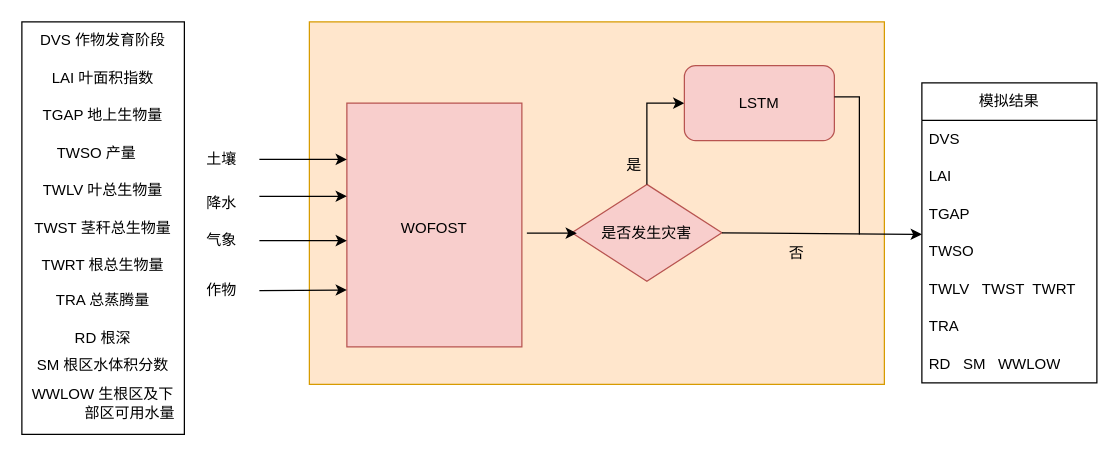
The draw.io diagram 毕设-后端算法框架.drawio in Kakoyi945/cloud, before the edit. Source tidied: cells renumbered, new cells numbered last; positions are measured from the earlier drawing's top-left corner, leaving out a move shared by most shapes. Both pictures are drawn from the tidied source at 125%, with x=0, y=0 at pixel (21, 21).
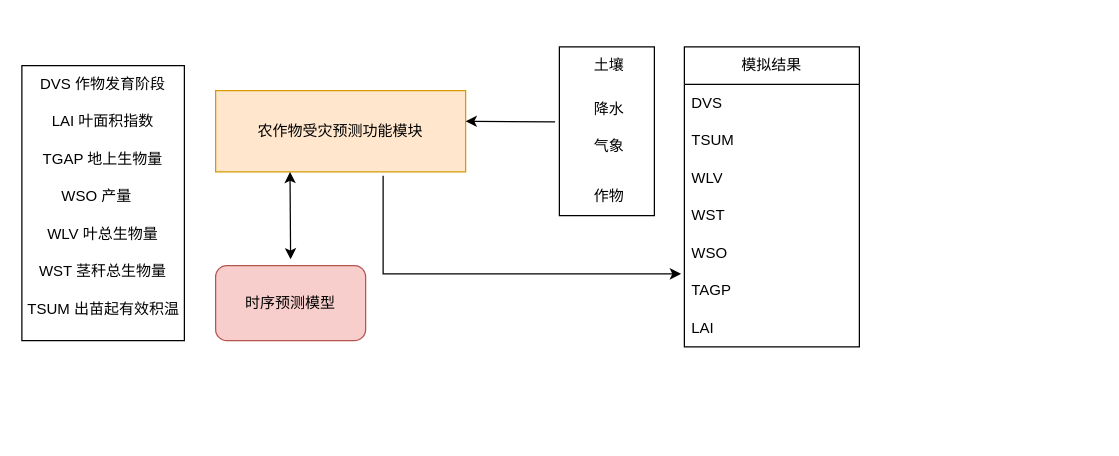
The same diagram, later.

Commit message:
更新毕设-后端算法框架.drawio

Change to the diagram source:
```diff
@@
+    <mxCell id="41" style="rounded=0;whiteSpace=wrap;html=1;" parent="1" vertex="1">
+      <mxGeometry x="430" y="20" width="76" height="135" as="geometry" />
+    </mxCell>
+    <mxCell id="42" style="edgeStyle=orthogonalEdgeStyle;rounded=0;jettySize=auto;html=1;exitX=0.67;exitY=1.049;exitDx=0;exitDy=0;entryX=-0.019;entryY=0.053;entryDx=0;entryDy=0;exitPerimeter=0;entryPerimeter=0;" parent="1" edge="1" source="2" target="38">
+      <mxGeometry relative="1" as="geometry" />
+    </mxCell>
     <mxCell id="2" style="rounded=0;whiteSpace=wrap;html=1;fillColor=#ffe6cc;strokeColor=#d79b00;" parent="1" vertex="1">
-      <mxGeometry x="230" width="460" height="290" as="geometry" />
+      <mxGeometry x="155" y="55" width="200" height="65" as="geometry" />
     </mxCell>
-    <mxCell id="3" style="rounded=0;whiteSpace=wrap;html=1;fillColor=#f8cecc;strokeColor=#b85450;" parent="1" vertex="1">
-      <mxGeometry x="260" y="65" width="140" height="195" as="geometry" />
-    </mxCell>
-    <mxCell id="4" value="是否发生灾害" style="rhombus;whiteSpace=wrap;html=1;fillColor=#f8cecc;strokeColor=#b85450;" parent="1" vertex="1">
-      <mxGeometry x="440" y="130" width="120" height="77.5" as="geometry" />
-    </mxCell>
-    <mxCell id="5" style="endArrow=classic;html=1;rounded=0;" parent="1" edge="1">
-      <mxGeometry relative="1" as="geometry">
-        <mxPoint x="190" y="110" as="sourcePoint" />
-        <mxPoint x="260" y="110" as="targetPoint" />
-      </mxGeometry>
-    </mxCell>
-    <mxCell id="6" style="endArrow=classic;html=1;rounded=0;" parent="1" edge="1">
-      <mxGeometry relative="1" as="geometry">
-        <mxPoint x="190" y="215" as="sourcePoint" />
-        <mxPoint x="260" y="214.5" as="targetPoint" />
-      </mxGeometry>
-    </mxCell>
-    <mxCell id="7" style="endArrow=classic;html=1;rounded=0;" parent="1" edge="1">
-      <mxGeometry relative="1" as="geometry">
-        <mxPoint x="190" y="175" as="sourcePoint" />
-        <mxPoint x="260" y="175" as="targetPoint" />
-      </mxGeometry>
-    </mxCell>
-    <mxCell id="8" style="endArrow=classic;html=1;rounded=0;" parent="1" edge="1">
-      <mxGeometry relative="1" as="geometry">
-        <mxPoint x="190" y="139.5" as="sourcePoint" />
-        <mxPoint x="260" y="139.5" as="targetPoint" />
-      </mxGeometry>
-    </mxCell>
     <mxCell id="9" value="土壤" style="text;html=1;strokeColor=none;fillColor=none;align=center;verticalAlign=middle;whiteSpace=wrap;rounded=0;" parent="1" vertex="1">
-      <mxGeometry x="130" y="95" width="60" height="30" as="geometry" />
+      <mxGeometry x="440" y="20" width="60" height="30" as="geometry" />
     </mxCell>
     <mxCell id="10" value="降水" style="text;html=1;strokeColor=none;fillColor=none;align=center;verticalAlign=middle;whiteSpace=wrap;rounded=0;" parent="1" vertex="1">
-      <mxGeometry x="130" y="130" width="60" height="30" as="geometry" />
+      <mxGeometry x="440" y="55" width="60" height="30" as="geometry" />
     </mxCell>
     <mxCell id="11" value="气象" style="text;html=1;strokeColor=none;fillColor=none;align=center;verticalAlign=middle;whiteSpace=wrap;rounded=0;" parent="1" vertex="1">
-      <mxGeometry x="125" y="160" width="70" height="30" as="geometry" />
+      <mxGeometry x="435" y="85" width="70" height="30" as="geometry" />
     </mxCell>
     <mxCell id="12" value="作物" style="text;html=1;strokeColor=none;fillColor=none;align=center;verticalAlign=middle;whiteSpace=wrap;rounded=0;" parent="1" vertex="1">
-      <mxGeometry x="130" y="200" width="60" height="30" as="geometry" />
+      <mxGeometry x="440" y="125" width="60" height="30" as="geometry" />
     </mxCell>
-    <mxCell id="13" style="endArrow=classic;html=1;rounded=0;entryX=0;entryY=0.5;entryDx=0;entryDy=0;" parent="1" edge="1" target="14">
-      <mxGeometry relative="1" as="geometry">
-        <mxPoint x="500" y="130" as="sourcePoint" />
-        <Array as="points">
-          <mxPoint x="500" y="65" />
-        </Array>
-      </mxGeometry>
-    </mxCell>
-    <mxCell id="14" value="LSTM" style="rounded=1;whiteSpace=wrap;html=1;fillColor=#f8cecc;strokeColor=#b85450;" parent="1" vertex="1">
-      <mxGeometry x="530" y="35" width="120" height="60" as="geometry" />
-    </mxCell>
-    <mxCell id="15" style="endArrow=classic;html=1;rounded=0;exitX=1;exitY=0.5;exitDx=0;exitDy=0;" parent="1" edge="1" source="4">
-      <mxGeometry relative="1" as="geometry">
-        <mxPoint x="720" y="170" as="targetPoint" />
-      </mxGeometry>
-    </mxCell>
-    <mxCell id="16" value="否" style="text;html=1;strokeColor=none;fillColor=none;align=center;verticalAlign=middle;whiteSpace=wrap;rounded=0;" parent="1" vertex="1">
-      <mxGeometry x="590" y="170" width="60" height="30" as="geometry" />
-    </mxCell>
-    <mxCell id="17" style="endArrow=none;html=1;rounded=0;exitX=1;exitY=0.417;exitDx=0;exitDy=0;exitPerimeter=0;" parent="1" edge="1" source="14">
-      <mxGeometry relative="1" as="geometry">
-        <mxPoint x="670" y="170" as="targetPoint" />
-        <Array as="points">
-          <mxPoint x="670" y="60" />
-        </Array>
-      </mxGeometry>
-    </mxCell>
     <mxCell id="18" value="&lt;br&gt;&lt;br&gt;" style="rounded=0;whiteSpace=wrap;html=1;" parent="1" vertex="1">
-      <mxGeometry width="130" height="330" as="geometry" />
+      <mxGeometry y="35" width="130" height="220" as="geometry" />
     </mxCell>
-    <mxCell id="19" style="endArrow=classic;html=1;rounded=0;" parent="1" edge="1">
-      <mxGeometry relative="1" as="geometry">
-        <mxPoint x="404" y="169" as="sourcePoint" />
-        <mxPoint x="444" y="169" as="targetPoint" />
-      </mxGeometry>
-    </mxCell>
     <mxCell id="20" value="DVS 作物发育阶段" style="text;html=1;strokeColor=none;fillColor=none;align=center;verticalAlign=middle;whiteSpace=wrap;rounded=0;" parent="1" vertex="1">
-      <mxGeometry x="5" width="120" height="30" as="geometry" />
+      <mxGeometry x="5" y="35" width="120" height="30" as="geometry" />
     </mxCell>
     <mxCell id="21" value="LAI 叶面积指数" style="text;html=1;strokeColor=none;fillColor=none;align=center;verticalAlign=middle;whiteSpace=wrap;rounded=0;" parent="1" vertex="1">
-      <mxGeometry x="5" y="30" width="120" height="30" as="geometry" />
+      <mxGeometry x="5" y="65" width="120" height="30" as="geometry" />
     </mxCell>
     <mxCell id="22" value="TGAP 地上生物量" style="text;html=1;strokeColor=none;fillColor=none;align=center;verticalAlign=middle;whiteSpace=wrap;rounded=0;" parent="1" vertex="1">
-      <mxGeometry x="5" y="60" width="120" height="30" as="geometry" />
+      <mxGeometry x="5" y="95" width="120" height="30" as="geometry" />
     </mxCell>
-    <mxCell id="23" value="TWSO 产量" style="text;html=1;strokeColor=none;fillColor=none;align=center;verticalAlign=middle;whiteSpace=wrap;rounded=0;" parent="1" vertex="1">
-      <mxGeometry y="90" width="120" height="30" as="geometry" />
+    <mxCell id="23" value="WSO 产量" style="text;html=1;strokeColor=none;fillColor=none;align=center;verticalAlign=middle;whiteSpace=wrap;rounded=0;" parent="1" vertex="1">
+      <mxGeometry y="125" width="120" height="30" as="geometry" />
     </mxCell>
-    <mxCell id="24" value="TWLV 叶总生物量" style="text;html=1;strokeColor=none;fillColor=none;align=center;verticalAlign=middle;whiteSpace=wrap;rounded=0;" parent="1" vertex="1">
-      <mxGeometry x="5" y="120" width="120" height="30" as="geometry" />
+    <mxCell id="24" value="WLV 叶总生物量" style="text;html=1;strokeColor=none;fillColor=none;align=center;verticalAlign=middle;whiteSpace=wrap;rounded=0;" parent="1" vertex="1">
+      <mxGeometry x="5" y="155" width="120" height="30" as="geometry" />
     </mxCell>
-    <mxCell id="25" value="TWST 茎秆总生物量" style="text;html=1;strokeColor=none;fillColor=none;align=center;verticalAlign=middle;whiteSpace=wrap;rounded=0;" parent="1" vertex="1">
-      <mxGeometry x="5" y="150" width="120" height="30" as="geometry" />
+    <mxCell id="25" value="WST 茎秆总生物量" style="text;html=1;strokeColor=none;fillColor=none;align=center;verticalAlign=middle;whiteSpace=wrap;rounded=0;" parent="1" vertex="1">
+      <mxGeometry x="5" y="185" width="120" height="30" as="geometry" />
     </mxCell>
-    <mxCell id="26" value="TWRT 根总生物量" style="text;html=1;strokeColor=none;fillColor=none;align=center;verticalAlign=middle;whiteSpace=wrap;rounded=0;" parent="1" vertex="1">
-      <mxGeometry x="5" y="180" width="120" height="30" as="geometry" />
+    <mxCell id="26" value="TSUM 出苗起有效积温" style="text;html=1;strokeColor=none;fillColor=none;align=center;verticalAlign=middle;whiteSpace=wrap;rounded=0;" parent="1" vertex="1">
+      <mxGeometry x="2.5" y="215" width="125" height="30" as="geometry" />
     </mxCell>
-    <mxCell id="27" value="TRA 总蒸腾量" style="text;html=1;strokeColor=none;fillColor=none;align=center;verticalAlign=middle;whiteSpace=wrap;rounded=0;" parent="1" vertex="1">
-      <mxGeometry x="5" y="207.5" width="120" height="30" as="geometry" />
-    </mxCell>
-    <mxCell id="28" value="RD 根深" style="text;html=1;strokeColor=none;fillColor=none;align=center;verticalAlign=middle;whiteSpace=wrap;rounded=0;" parent="1" vertex="1">
-      <mxGeometry x="5" y="237.5" width="120" height="30" as="geometry" />
-    </mxCell>
-    <mxCell id="29" value="SM 根区水体积分数" style="text;html=1;strokeColor=none;fillColor=none;align=center;verticalAlign=middle;whiteSpace=wrap;rounded=0;" parent="1" vertex="1">
-      <mxGeometry x="5" y="260" width="120" height="30" as="geometry" />
-    </mxCell>
-    <mxCell id="30" value="WWLOW 生根区及下&lt;br&gt;&amp;nbsp; &amp;nbsp; &amp;nbsp; &amp;nbsp; &amp;nbsp; &amp;nbsp; &amp;nbsp;部区可用水量" style="text;html=1;strokeColor=none;fillColor=none;align=center;verticalAlign=middle;whiteSpace=wrap;rounded=0;" parent="1" vertex="1">
-      <mxGeometry x="5" y="290" width="120" height="30" as="geometry" />
-    </mxCell>
-    <mxCell id="31" value="WOFOST" style="text;html=1;strokeColor=none;fillColor=none;align=center;verticalAlign=middle;whiteSpace=wrap;rounded=0;" parent="1" vertex="1">
-      <mxGeometry x="300" y="150" width="60" height="30" as="geometry" />
-    </mxCell>
     <mxCell id="32" value="模拟结果" style="swimlane;fontStyle=0;horizontal=1;startSize=30;whiteSpace=wrap;html=1;" parent="1" vertex="1">
-      <mxGeometry x="720" y="48.8" width="140" height="240" as="geometry" />
+      <mxGeometry x="530" y="20" width="140" height="240" as="geometry" />
     </mxCell>
@@
-    <mxCell id="34" value="LAI" style="text;strokeColor=none;fillColor=none;align=left;verticalAlign=middle;spacingLeft=4;spacingRight=4;overflow=hidden;whiteSpace=wrap;html=1;" parent="32" vertex="1">
+    <mxCell id="34" value="TSUM" style="text;strokeColor=none;fillColor=none;align=left;verticalAlign=middle;spacingLeft=4;spacingRight=4;overflow=hidden;whiteSpace=wrap;html=1;" parent="32" vertex="1">
       <mxGeometry y="60" width="140" height="30" as="geometry" />
     </mxCell>
-    <mxCell id="35" value="TGAP" style="text;strokeColor=none;fillColor=none;align=left;verticalAlign=middle;spacingLeft=4;spacingRight=4;overflow=hidden;whiteSpace=wrap;html=1;" parent="32" vertex="1">
+    <mxCell id="35" value="WLV" style="text;strokeColor=none;fillColor=none;align=left;verticalAlign=middle;spacingLeft=4;spacingRight=4;overflow=hidden;whiteSpace=wrap;html=1;" parent="32" vertex="1">
       <mxGeometry y="90" width="140" height="30" as="geometry" />
     </mxCell>
-    <mxCell id="36" value="TWSO" style="text;strokeColor=none;fillColor=none;align=left;verticalAlign=middle;spacingLeft=4;spacingRight=4;overflow=hidden;whiteSpace=wrap;html=1;" parent="32" vertex="1">
+    <mxCell id="36" value="WST" style="text;strokeColor=none;fillColor=none;align=left;verticalAlign=middle;spacingLeft=4;spacingRight=4;overflow=hidden;whiteSpace=wrap;html=1;" parent="32" vertex="1">
       <mxGeometry y="120" width="140" height="30" as="geometry" />
     </mxCell>
-    <mxCell id="37" value="TWLV&amp;nbsp; &amp;nbsp;TWST&amp;nbsp; TWRT&amp;nbsp;" style="text;strokeColor=none;fillColor=none;align=left;verticalAlign=middle;spacingLeft=4;spacingRight=4;overflow=hidden;whiteSpace=wrap;html=1;" parent="32" vertex="1">
+    <mxCell id="37" value="WSO" style="text;strokeColor=none;fillColor=none;align=left;verticalAlign=middle;spacingLeft=4;spacingRight=4;overflow=hidden;whiteSpace=wrap;html=1;" parent="32" vertex="1">
       <mxGeometry y="150" width="140" height="30" as="geometry" />
     </mxCell>
-    <mxCell id="38" value="TRA" style="text;strokeColor=none;fillColor=none;align=left;verticalAlign=middle;spacingLeft=4;spacingRight=4;overflow=hidden;points=[[0,0.5],[1,0.5]];portConstraint=eastwest;whiteSpace=wrap;html=1;" parent="32" vertex="1">
+    <mxCell id="38" value="TAGP" style="text;strokeColor=none;fillColor=none;align=left;verticalAlign=middle;spacingLeft=4;spacingRight=4;overflow=hidden;points=[[0,0.5],[1,0.5]];portConstraint=eastwest;whiteSpace=wrap;html=1;" parent="32" vertex="1">
       <mxGeometry y="180" width="140" height="30" as="geometry" />
     </mxCell>
-    <mxCell id="39" value="RD&amp;nbsp; &amp;nbsp;SM&amp;nbsp; &amp;nbsp;WWLOW" style="text;strokeColor=none;fillColor=none;align=left;verticalAlign=middle;spacingLeft=4;spacingRight=4;overflow=hidden;whiteSpace=wrap;html=1;" parent="32" vertex="1">
+    <mxCell id="39" value="LAI" style="text;strokeColor=none;fillColor=none;align=left;verticalAlign=middle;spacingLeft=4;spacingRight=4;overflow=hidden;whiteSpace=wrap;html=1;" parent="32" vertex="1">
       <mxGeometry y="210" width="140" height="30" as="geometry" />
     </mxCell>
-    <mxCell id="40" value="是" style="text;html=1;strokeColor=none;fillColor=none;align=center;verticalAlign=middle;whiteSpace=wrap;rounded=0;" parent="1" vertex="1">
-      <mxGeometry x="460" y="100" width="60" height="30" as="geometry" />
-    </mxCell>
+    <mxCell id="43" value="&lt;font style=&quot;font-size: 12px;&quot;&gt;农作物受灾预测功能模块&lt;/font&gt;" style="text;html=1;align=center;verticalAlign=middle;whiteSpace=wrap;rounded=0;" parent="1" vertex="1">
+      <mxGeometry x="150" y="64.4" width="210" height="46.2" as="geometry" />
+    </mxCell>
+    <mxCell id="44" value="时序预测模型" style="rounded=1;whiteSpace=wrap;html=1;fillColor=#f8cecc;strokeColor=#b85450;" parent="1" vertex="1">
+      <mxGeometry x="155" y="195" width="120" height="60" as="geometry" />
+    </mxCell>
+    <mxCell id="45" style="endArrow=classic;html=1;rounded=0;exitX=-0.045;exitY=0.444;exitDx=0;exitDy=0;exitPerimeter=0;" parent="1" edge="1" source="41">
+      <mxGeometry relative="1" as="geometry">
+        <mxPoint x="355" y="79.5" as="targetPoint" />
+      </mxGeometry>
+    </mxCell>
+    <mxCell id="46" style="endArrow=classic;startArrow=classic;html=1;rounded=0;" parent="1" edge="1">
+      <mxGeometry relative="1" as="geometry">
+        <mxPoint x="215" y="190" as="sourcePoint" />
+        <mxPoint x="214.5" y="120" as="targetPoint" />
+      </mxGeometry>
+    </mxCell>
```
